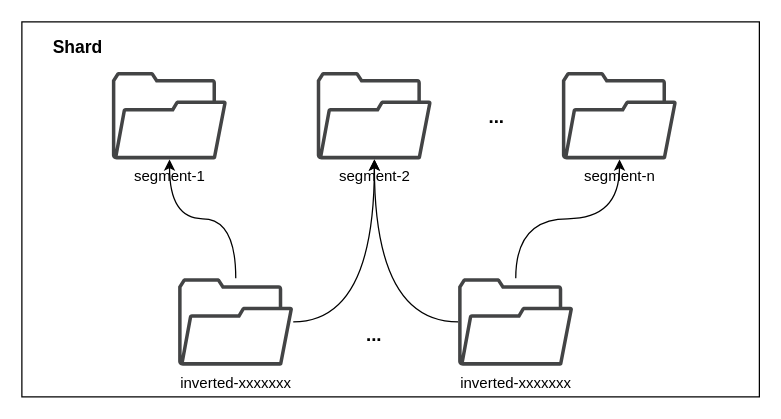
Before: page "shard" (1 of 6) of static/doc-graph/banyandb/v0.6.0/banyandb-file.drawio in apache/skywalking-website, a draw.io diagram. Source tidied: cells renumbered, new cells numbered last; positions are measured from the earlier drawing's top-left corner, leaving out a move shared by most shapes. Both pictures are drawn from the tidied source at 125%, with x=0, y=0 at pixel (21, 21).
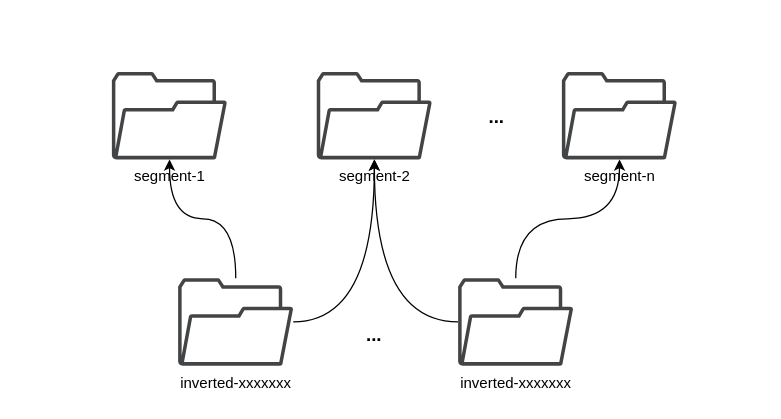
The same diagram, later.

What changed in the source:
```diff
@@
 <mxGraphModel>
   <root>
     <mxCell id="0" />
     <mxCell id="1" parent="0" />
-    <mxCell id="2" style="rounded=0;whiteSpace=wrap;html=1;" parent="1" vertex="1">
-      <mxGeometry width="590" height="300" as="geometry" />
-    </mxCell>
-    <mxCell id="3" value="&lt;b&gt;&lt;font style=&quot;font-size: 14px;&quot;&gt;Shard&lt;/font&gt;&lt;/b&gt;" style="text;html=1;align=center;verticalAlign=middle;whiteSpace=wrap;rounded=0;" parent="1" vertex="1">
-      <mxGeometry width="90" height="40" as="geometry" />
-    </mxCell>
     <mxCell id="4" value="segment-1" style="sketch=0;shadow=0;dashed=0;html=1;strokeColor=none;fillColor=#434445;labelPosition=center;verticalLabelPosition=bottom;verticalAlign=top;align=center;outlineConnect=0;shape=mxgraph.vvd.folder;" parent="1" vertex="1">
       <mxGeometry x="72" y="40" width="92.1" height="70" as="geometry" />
     </mxCell>
     <mxCell id="5" value="segment-2" style="sketch=0;shadow=0;dashed=0;html=1;strokeColor=none;fillColor=#434445;labelPosition=center;verticalLabelPosition=bottom;verticalAlign=top;align=center;outlineConnect=0;shape=mxgraph.vvd.folder;" parent="1" vertex="1">
       <mxGeometry x="235.9" y="40" width="92.1" height="70" as="geometry" />
     </mxCell>
     <mxCell id="6" value="segment-n" style="sketch=0;shadow=0;dashed=0;html=1;strokeColor=none;fillColor=#434445;labelPosition=center;verticalLabelPosition=bottom;verticalAlign=top;align=center;outlineConnect=0;shape=mxgraph.vvd.folder;" parent="1" vertex="1">
       <mxGeometry x="432" y="40" width="92.1" height="70" as="geometry" />
     </mxCell>
     <mxCell id="7" style="edgeStyle=orthogonalEdgeStyle;rounded=0;jettySize=auto;html=1;curved=1;" parent="1" edge="1" source="9" target="4">
       <mxGeometry relative="1" as="geometry" />
     </mxCell>
     <mxCell id="8" style="edgeStyle=orthogonalEdgeStyle;rounded=0;jettySize=auto;html=1;curved=1;" parent="1" edge="1" source="9" target="5">
       <mxGeometry relative="1" as="geometry" />
     </mxCell>
     <mxCell id="9" value="inverted-xxxxxxx" style="sketch=0;shadow=0;dashed=0;html=1;strokeColor=none;fillColor=#434445;labelPosition=center;verticalLabelPosition=bottom;verticalAlign=top;align=center;outlineConnect=0;shape=mxgraph.vvd.folder;" parent="1" vertex="1">
       <mxGeometry x="125" y="205" width="92.1" height="70" as="geometry" />
     </mxCell>
     <mxCell id="10" value="&lt;b&gt;&lt;font style=&quot;font-size: 15px;&quot;&gt;...&lt;/font&gt;&lt;/b&gt;" style="text;html=1;align=center;verticalAlign=middle;whiteSpace=wrap;rounded=0;" parent="1" vertex="1">
       <mxGeometry x="350.1" y="60" width="60" height="30" as="geometry" />
     </mxCell>
     <mxCell id="11" style="edgeStyle=orthogonalEdgeStyle;rounded=0;jettySize=auto;html=1;curved=1;" parent="1" edge="1" source="13" target="5">
       <mxGeometry relative="1" as="geometry" />
     </mxCell>
     <mxCell id="12" style="edgeStyle=orthogonalEdgeStyle;rounded=0;jettySize=auto;html=1;curved=1;" parent="1" edge="1" source="13" target="6">
       <mxGeometry relative="1" as="geometry" />
     </mxCell>
     <mxCell id="13" value="inverted-xxxxxxx" style="sketch=0;shadow=0;dashed=0;html=1;strokeColor=none;fillColor=#434445;labelPosition=center;verticalLabelPosition=bottom;verticalAlign=top;align=center;outlineConnect=0;shape=mxgraph.vvd.folder;" parent="1" vertex="1">
       <mxGeometry x="349" y="205" width="92.1" height="70" as="geometry" />
     </mxCell>
     <mxCell id="14" value="&lt;b&gt;&lt;font style=&quot;font-size: 15px;&quot;&gt;...&lt;/font&gt;&lt;/b&gt;" style="text;html=1;align=center;verticalAlign=middle;whiteSpace=wrap;rounded=0;" parent="1" vertex="1">
       <mxGeometry x="252" y="235" width="60" height="30" as="geometry" />
     </mxCell>
   </root>
 </mxGraphModel>
```
